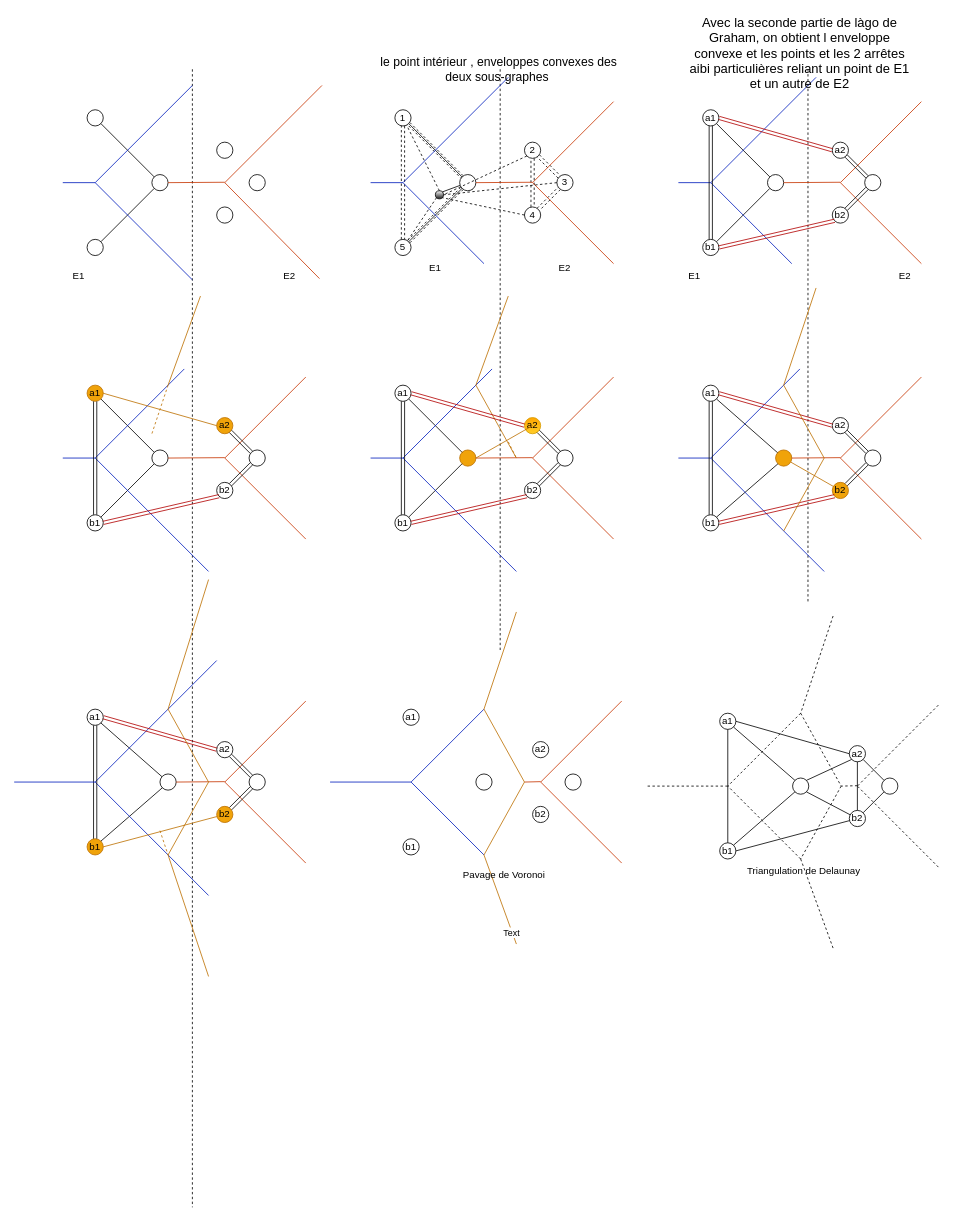
Above: page "probleme1" (1 of 3) of devoir4.drawio in arseneRuben/MTH6405 (draw.io), before the change. Source tidied: cells renumbered, new cells numbered last; positions are measured from the earlier drawing's top-left corner, leaving out a move shared by most shapes. Both pictures are drawn from the tidied source at 81%, with x=0, y=0 at pixel (14, 20).
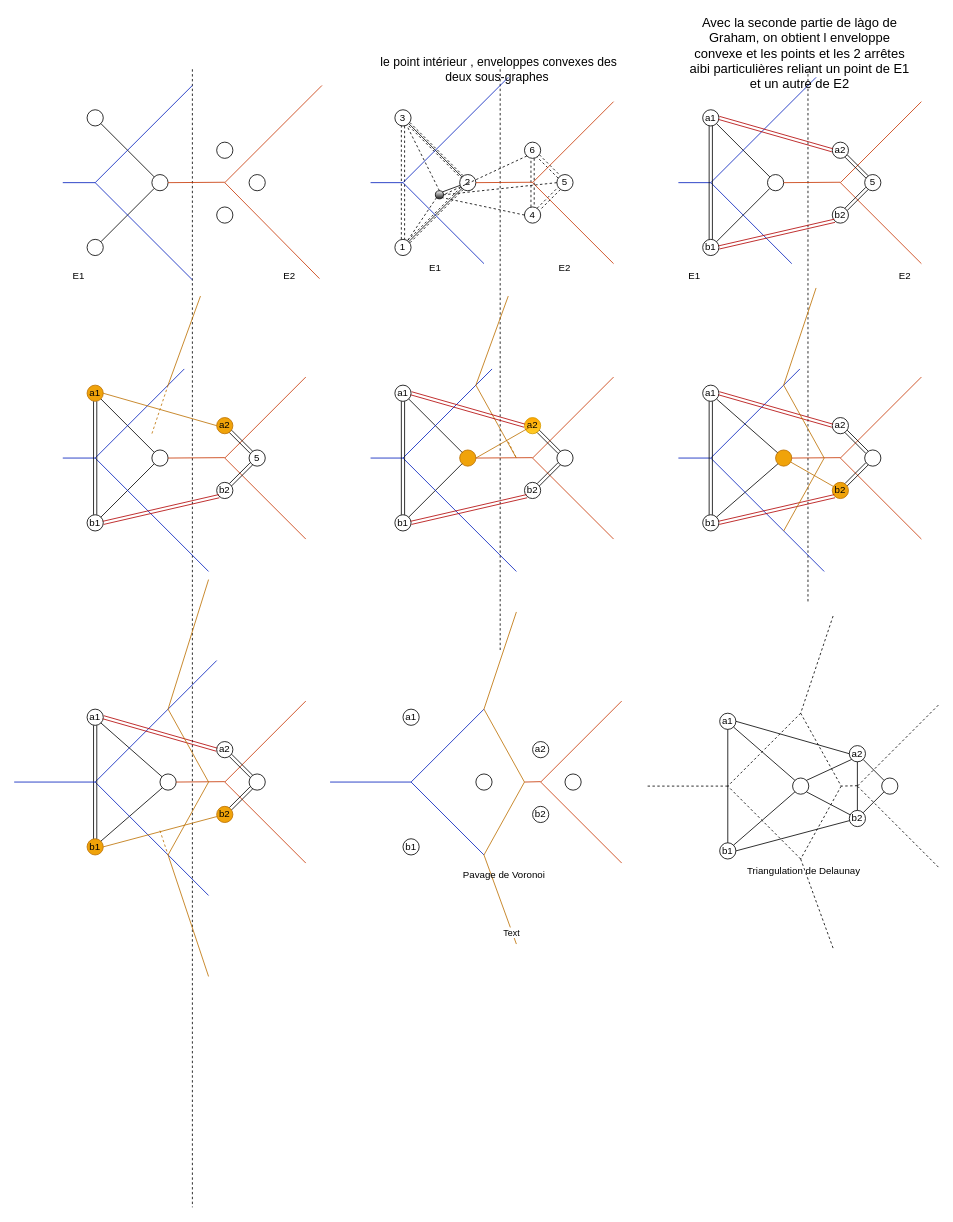
Above is the later version.

Change to the diagram source:
```diff
@@
-    <mxCell id="21" value="1" style="ellipse;whiteSpace=wrap;html=1;" parent="1" vertex="1">
+    <mxCell id="21" value="3" style="ellipse;whiteSpace=wrap;html=1;" parent="1" vertex="1">
       <mxGeometry x="470" y="110" width="20" height="20" as="geometry" />
     </mxCell>
-    <mxCell id="22" value="5" style="ellipse;whiteSpace=wrap;html=1;gradientColor=#ffffff;gradientDirection=north;" parent="1" vertex="1">
+    <mxCell id="22" value="1" style="ellipse;whiteSpace=wrap;html=1;gradientColor=#ffffff;gradientDirection=north;" parent="1" vertex="1">
       <mxGeometry x="470" y="270" width="20" height="20" as="geometry" />
     </mxCell>
@@
-    <mxCell id="24" style="ellipse;whiteSpace=wrap;html=1;gradientColor=#ffffff;gradientDirection=north;" parent="1" vertex="1">
+    <mxCell id="24" value="2" style="ellipse;whiteSpace=wrap;html=1;gradientColor=#ffffff;gradientDirection=north;" parent="1" vertex="1">
       <mxGeometry x="550" y="190" width="20" height="20" as="geometry" />
     </mxCell>
@@
-    <mxCell id="26" value="2" style="ellipse;whiteSpace=wrap;html=1;gradientColor=#ffffff;gradientDirection=north;" parent="1" vertex="1">
+    <mxCell id="26" value="6" style="ellipse;whiteSpace=wrap;html=1;gradientColor=#ffffff;gradientDirection=north;" parent="1" vertex="1">
       <mxGeometry x="630" y="150" width="20" height="20" as="geometry" />
     </mxCell>
@@
-    <mxCell id="30" value="3" style="ellipse;whiteSpace=wrap;html=1;gradientColor=#ffffff;gradientDirection=north;" parent="1" vertex="1">
+    <mxCell id="30" value="5" style="ellipse;whiteSpace=wrap;html=1;gradientColor=#ffffff;gradientDirection=north;" parent="1" vertex="1">
       <mxGeometry x="670" y="190" width="20" height="20" as="geometry" />
     </mxCell>
@@
-    <mxCell id="48" style="ellipse;whiteSpace=wrap;html=1;gradientColor=#ffffff;gradientDirection=north;" parent="1" vertex="1">
+    <mxCell id="48" value="5" style="ellipse;whiteSpace=wrap;html=1;gradientColor=#ffffff;gradientDirection=north;" parent="1" vertex="1">
       <mxGeometry x="1050" y="190" width="20" height="20" as="geometry" />
     </mxCell>
@@
-    <mxCell id="78" style="ellipse;whiteSpace=wrap;html=1;gradientColor=#ffffff;gradientDirection=north;" parent="1" vertex="1">
+    <mxCell id="78" value="5" style="ellipse;whiteSpace=wrap;html=1;gradientColor=#ffffff;gradientDirection=north;" parent="1" vertex="1">
       <mxGeometry x="290" y="530" width="20" height="20" as="geometry" />
     </mxCell>
```
